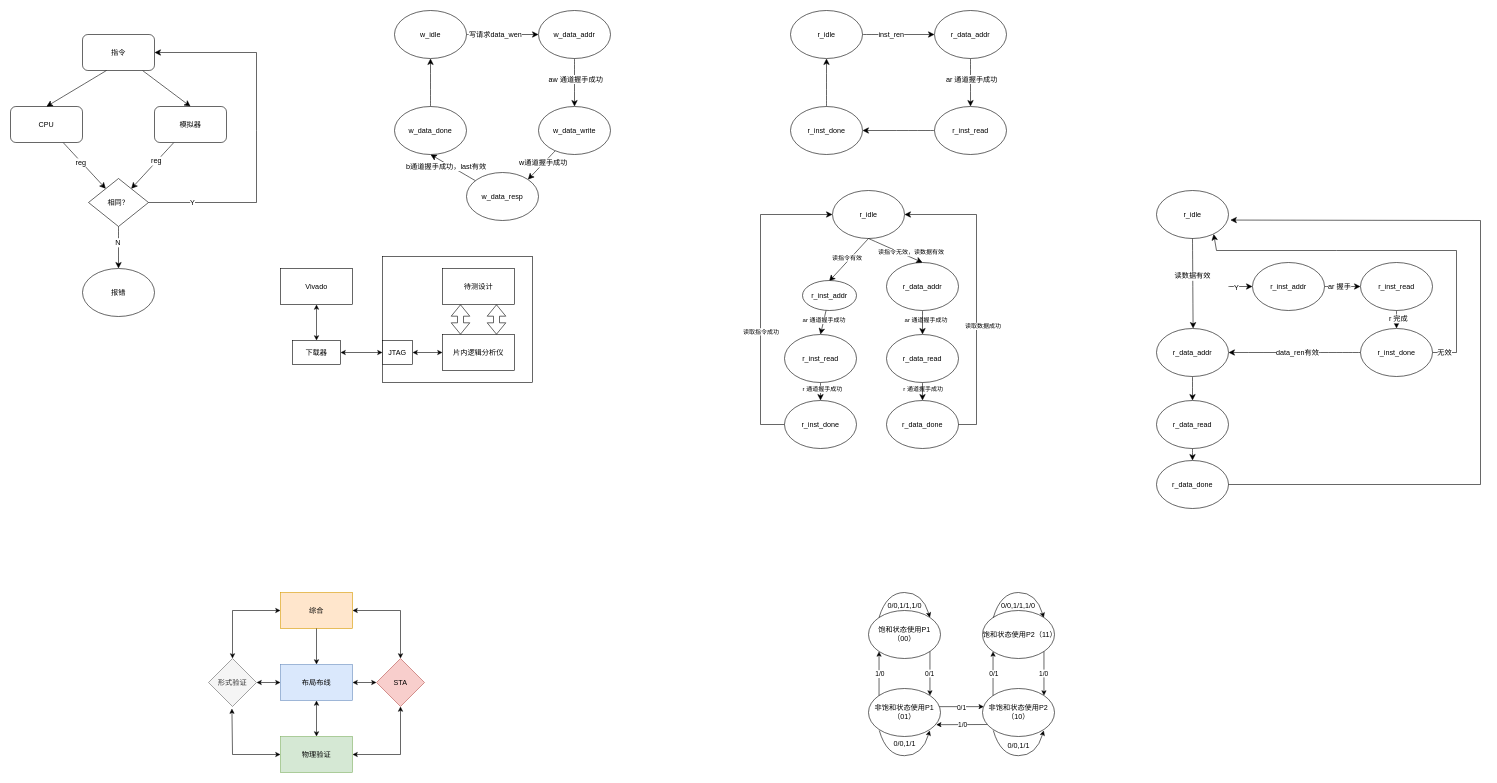
ZPNMiaoHeng/drawioFolder keeps this draw.io diagram as page "毕业论文" (8 of 8) of 五级流水.drawio. Above is the earlier version. Source tidied: cells renumbered, new cells numbered last; positions are measured from the earlier drawing's top-left corner, leaving out a move shared by most shapes. Both pictures are drawn from the tidied source at 60%, with x=0, y=0 at pixel (10, 10).
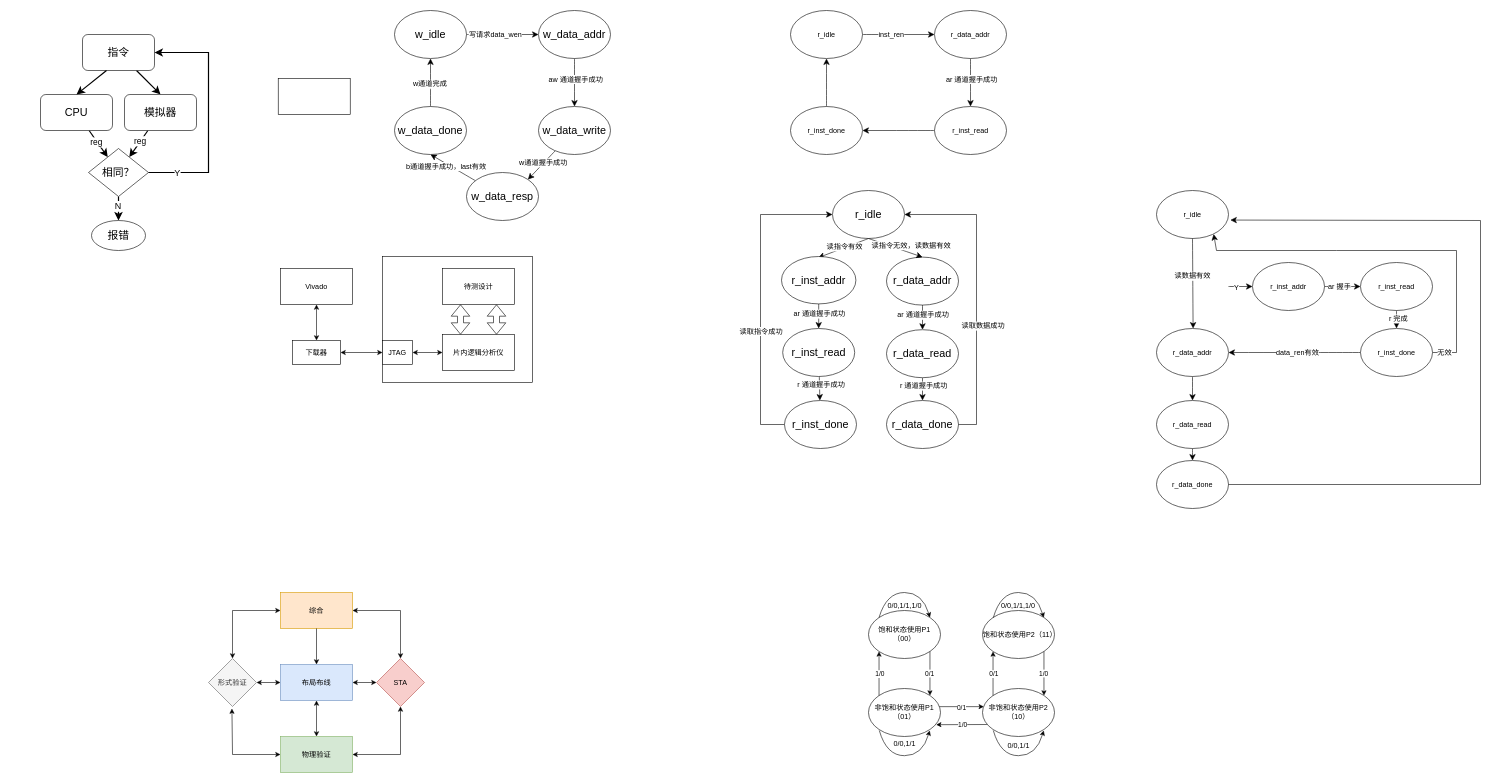
The same page after the edit.

Commit message:
更新五级流水.drawio

Unchanged cells that the change refers to:
```xml
<mxCell id="29" style="edgeStyle=none;curved=1;rounded=0;jettySize=auto;html=1;entryX=0.5;entryY=1;entryDx=0;entryDy=0;fontSize=12;startSize=8;endSize=8;" parent="1" edge="1" source="30" target="19">
  <mxGeometry relative="1" as="geometry" />
</mxCell>
<mxCell id="42" style="edgeStyle=none;curved=1;rounded=0;jettySize=auto;html=1;entryX=0.493;entryY=0.025;entryDx=0;entryDy=0;fontSize=12;startSize=8;endSize=8;exitX=0.5;exitY=1;exitDx=0;exitDy=0;entryPerimeter=0;" parent="1" edge="1" source="41" target="47">
  <mxGeometry relative="1" as="geometry" />
</mxCell>
<mxCell id="44" style="edgeStyle=none;curved=1;rounded=0;jettySize=auto;html=1;entryX=0.5;entryY=0;entryDx=0;entryDy=0;fontSize=12;startSize=8;endSize=8;" parent="1" edge="1" source="47" target="51">
  <mxGeometry relative="1" as="geometry" />
</mxCell>
<mxCell id="48" style="edgeStyle=none;curved=1;rounded=0;jettySize=auto;html=1;fontSize=12;startSize=8;endSize=8;" parent="1" edge="1" source="51" target="54">
  <mxGeometry relative="1" as="geometry" />
</mxCell>
<mxCell id="52" style="edgeStyle=none;curved=0;rounded=0;jettySize=auto;html=1;fontSize=12;startSize=8;endSize=8;entryX=0;entryY=0.5;entryDx=0;entryDy=0;" parent="1" edge="1" source="54" target="41">
  <mxGeometry relative="1" as="geometry">
    <Array as="points">
      <mxPoint x="1250" y="690" />
      <mxPoint x="1250" y="340" />
    </Array>
  </mxGeometry>
</mxCell>
<mxCell id="55" style="edgeStyle=none;curved=1;rounded=0;jettySize=auto;html=1;entryX=0.5;entryY=0;entryDx=0;entryDy=0;fontSize=12;startSize=8;endSize=8;" parent="1" edge="1" source="56" target="58">
  <mxGeometry relative="1" as="geometry" />
</mxCell>
<mxCell id="57" style="edgeStyle=none;curved=1;rounded=0;jettySize=auto;html=1;fontSize=12;startSize=8;endSize=8;" parent="1" edge="1" source="58" target="59">
  <mxGeometry relative="1" as="geometry" />
</mxCell>
<mxCell id="117" style="edgeStyle=none;curved=1;rounded=0;jettySize=auto;html=1;entryX=0.5;entryY=0;entryDx=0;entryDy=0;fontSize=12;startSize=8;endSize=8;exitX=0.5;exitY=1;exitDx=0;exitDy=0;" parent="1" edge="1" source="41" target="56">
  <mxGeometry relative="1" as="geometry" />
</mxCell>
<mxCell id="119" style="edgeStyle=none;curved=0;rounded=0;jettySize=auto;html=1;fontSize=12;startSize=8;endSize=8;entryX=1;entryY=0.5;entryDx=0;entryDy=0;exitX=1;exitY=0.5;exitDx=0;exitDy=0;" parent="1" edge="1" source="59" target="41">
  <mxGeometry relative="1" as="geometry">
    <Array as="points">
      <mxPoint x="1610" y="690" />
      <mxPoint x="1610" y="340" />
    </Array>
  </mxGeometry>
</mxCell>
```

What changed in the source:
```diff
@@
-    <mxCell id="2" style="edgeStyle=none;curved=1;rounded=0;jettySize=auto;html=1;entryX=0.5;entryY=0;entryDx=0;entryDy=0;fontSize=12;startSize=8;endSize=8;" parent="1" edge="1" source="3" target="9">
+    <mxCell id="2" style="edgeStyle=none;curved=1;rounded=0;jettySize=auto;html=1;entryX=0.5;entryY=0;entryDx=0;entryDy=0;fontSize=12;startSize=8;endSize=8;strokeWidth=2;" parent="1" edge="1" source="3" target="9">
       <mxGeometry relative="1" as="geometry" />
     </mxCell>
-    <mxCell id="3" value="指令" style="rounded=1;whiteSpace=wrap;html=1;" parent="1" vertex="1">
+    <mxCell id="3" value="&lt;font style=&quot;font-size: 18px;&quot;&gt;指令&lt;/font&gt;" style="rounded=1;whiteSpace=wrap;html=1;" parent="1" vertex="1">
       <mxGeometry x="120" y="40" width="120" height="60" as="geometry" />
     </mxCell>
-    <mxCell id="4" style="edgeStyle=none;curved=1;rounded=0;jettySize=auto;html=1;fontSize=12;startSize=8;endSize=8;" parent="1" edge="1" source="6" target="13">
+    <mxCell id="4" style="edgeStyle=none;curved=1;rounded=0;jettySize=auto;html=1;fontSize=12;startSize=8;endSize=8;strokeWidth=2;" parent="1" edge="1" source="6" target="13">
       <mxGeometry relative="1" as="geometry" />
     </mxCell>
-    <mxCell id="5" value="reg" style="edgeLabel;html=1;align=center;verticalAlign=middle;fontSize=12;" parent="4" vertex="1">
+    <mxCell id="5" value="&lt;font style=&quot;font-size: 14px;&quot;&gt;reg&lt;/font&gt;" style="edgeLabel;html=1;align=center;verticalAlign=middle;fontSize=12;" parent="4" vertex="1">
       <mxGeometry x="-0.16" y="-2" relative="1" as="geometry" />
     </mxCell>
-    <mxCell id="6" value="CPU" style="rounded=1;whiteSpace=wrap;html=1;" parent="1" vertex="1">
-      <mxGeometry y="160" width="120" height="60" as="geometry" />
+    <mxCell id="6" value="&lt;font style=&quot;font-size: 18px;&quot;&gt;CPU&lt;/font&gt;" style="rounded=1;whiteSpace=wrap;html=1;" parent="1" vertex="1">
+      <mxGeometry x="50" y="140" width="120" height="60" as="geometry" />
     </mxCell>
-    <mxCell id="7" style="edgeStyle=none;curved=1;rounded=0;jettySize=auto;html=1;fontSize=12;startSize=8;endSize=8;" parent="1" edge="1" source="9" target="13">
+    <mxCell id="7" style="edgeStyle=none;curved=1;rounded=0;jettySize=auto;html=1;fontSize=12;startSize=8;endSize=8;strokeWidth=2;" parent="1" edge="1" source="9" target="13">
       <mxGeometry relative="1" as="geometry" />
     </mxCell>
-    <mxCell id="8" value="reg" style="edgeLabel;html=1;align=center;verticalAlign=middle;fontSize=12;" parent="7" vertex="1">
+    <mxCell id="8" value="&lt;font style=&quot;font-size: 14px;&quot;&gt;reg&lt;/font&gt;" style="edgeLabel;html=1;align=center;verticalAlign=middle;fontSize=12;" parent="7" vertex="1">
       <mxGeometry x="-0.18" y="-1" relative="1" as="geometry" />
     </mxCell>
-    <mxCell id="9" value="模拟器" style="rounded=1;whiteSpace=wrap;html=1;" parent="1" vertex="1">
-      <mxGeometry x="240" y="160" width="120" height="60" as="geometry" />
+    <mxCell id="9" value="&lt;font style=&quot;font-size: 18px;&quot;&gt;模拟器&lt;/font&gt;" style="rounded=1;whiteSpace=wrap;html=1;" parent="1" vertex="1">
+      <mxGeometry x="190" y="140" width="120" height="60" as="geometry" />
     </mxCell>
-    <mxCell id="10" value="报错" style="ellipse;whiteSpace=wrap;html=1;" parent="1" vertex="1">
-      <mxGeometry x="120" y="430" width="120" height="80" as="geometry" />
+    <mxCell id="10" value="&lt;font style=&quot;font-size: 18px;&quot;&gt;报错&lt;/font&gt;" style="ellipse;whiteSpace=wrap;html=1;" parent="1" vertex="1">
+      <mxGeometry x="135" y="350" width="90" height="50" as="geometry" />
     </mxCell>
-    <mxCell id="11" style="edgeStyle=none;curved=1;rounded=0;jettySize=auto;html=1;entryX=0.5;entryY=0;entryDx=0;entryDy=0;fontSize=12;startSize=8;endSize=8;" parent="1" edge="1" source="13" target="10">
+    <mxCell id="11" style="edgeStyle=none;curved=1;rounded=0;jettySize=auto;html=1;entryX=0.5;entryY=0;entryDx=0;entryDy=0;fontSize=12;startSize=8;endSize=8;strokeWidth=2;" parent="1" edge="1" source="13" target="10">
       <mxGeometry relative="1" as="geometry" />
     </mxCell>
-    <mxCell id="12" value="N" style="edgeLabel;html=1;align=center;verticalAlign=middle;fontSize=12;" parent="11" vertex="1">
+    <mxCell id="12" value="&lt;font style=&quot;font-size: 15px;&quot;&gt;N&lt;/font&gt;" style="edgeLabel;html=1;align=center;verticalAlign=middle;fontSize=12;" parent="11" vertex="1">
       <mxGeometry x="-0.26" y="-2" relative="1" as="geometry" />
     </mxCell>
-    <mxCell id="13" value="相同？" style="rhombus;whiteSpace=wrap;html=1;" parent="1" vertex="1">
-      <mxGeometry x="130" y="280" width="100" height="80" as="geometry" />
+    <mxCell id="13" value="&lt;font style=&quot;font-size: 18px;&quot;&gt;相同？&lt;/font&gt;" style="rhombus;whiteSpace=wrap;html=1;" parent="1" vertex="1">
+      <mxGeometry x="130" y="230" width="100" height="80" as="geometry" />
     </mxCell>
-    <mxCell id="14" style="endArrow=classic;html=1;rounded=0;fontSize=12;startSize=8;endSize=8;curved=1;entryX=0.5;entryY=0;entryDx=0;entryDy=0;" parent="1" edge="1" target="6">
+    <mxCell id="14" style="endArrow=classic;html=1;rounded=0;fontSize=12;startSize=8;endSize=8;curved=1;entryX=0.5;entryY=0;entryDx=0;entryDy=0;strokeWidth=2;" parent="1" edge="1" target="6">
       <mxGeometry relative="1" as="geometry">
         <mxPoint x="160" y="100" as="sourcePoint" />
       </mxGeometry>
     </mxCell>
-    <mxCell id="15" style="endArrow=classic;html=1;rounded=0;fontSize=12;startSize=8;endSize=8;curved=0;entryX=1;entryY=0.5;entryDx=0;entryDy=0;" parent="1" edge="1" target="3">
+    <mxCell id="15" style="endArrow=classic;html=1;rounded=0;fontSize=12;startSize=8;endSize=8;curved=0;entryX=1;entryY=0.5;entryDx=0;entryDy=0;exitX=1;exitY=0.5;exitDx=0;exitDy=0;strokeWidth=2;" parent="1" edge="1" source="13" target="3">
       <mxGeometry relative="1" as="geometry">
-        <mxPoint x="230" y="320" as="sourcePoint" />
         <Array as="points">
-          <mxPoint x="410" y="320" />
-          <mxPoint x="410" y="200" />
-          <mxPoint x="410" y="70" />
+          <mxPoint x="330" y="270" />
+          <mxPoint x="330" y="200" />
+          <mxPoint x="330" y="70" />
         </Array>
       </mxGeometry>
     </mxCell>
-    <mxCell id="16" value="Y" style="edgeLabel;html=1;align=center;verticalAlign=middle;fontSize=12;" parent="15" vertex="1">
+    <mxCell id="16" value="&lt;font style=&quot;font-size: 15px;&quot;&gt;Y&lt;/font&gt;" style="edgeLabel;html=1;align=center;verticalAlign=middle;fontSize=12;" parent="15" vertex="1">
       <mxGeometry x="-0.76" y="1" relative="1" as="geometry" />
     </mxCell>
@@
-    <mxCell id="19" value="w_idle" style="ellipse;whiteSpace=wrap;html=1;" parent="1" vertex="1">
+    <mxCell id="19" value="&lt;font style=&quot;font-size: 18px;&quot;&gt;w_idle&lt;/font&gt;" style="ellipse;whiteSpace=wrap;html=1;" parent="1" vertex="1">
       <mxGeometry x="640" width="120" height="80" as="geometry" />
     </mxCell>
@@
-    <mxCell id="22" value="w_data_addr" style="ellipse;whiteSpace=wrap;html=1;" parent="1" vertex="1">
+    <mxCell id="22" value="&lt;font style=&quot;font-size: 18px;&quot;&gt;w_data_addr&lt;/font&gt;" style="ellipse;whiteSpace=wrap;html=1;" parent="1" vertex="1">
       <mxGeometry x="880" width="120" height="80" as="geometry" />
     </mxCell>
@@
-    <mxCell id="25" value="w_data_write" style="ellipse;whiteSpace=wrap;html=1;" parent="1" vertex="1">
+    <mxCell id="25" value="&lt;font style=&quot;font-size: 18px;&quot;&gt;w_data_write&lt;/font&gt;" style="ellipse;whiteSpace=wrap;html=1;" parent="1" vertex="1">
       <mxGeometry x="880" y="160" width="120" height="80" as="geometry" />
     </mxCell>
@@
-    <mxCell id="28" value="w_data_resp" style="ellipse;whiteSpace=wrap;html=1;" parent="1" vertex="1">
+    <mxCell id="28" value="&lt;font style=&quot;font-size: 18px;&quot;&gt;w_data_resp&lt;/font&gt;" style="ellipse;whiteSpace=wrap;html=1;" parent="1" vertex="1">
       <mxGeometry x="760" y="270" width="120" height="80" as="geometry" />
     </mxCell>
@@
+    <mxCell id="134" value="w通道完成" style="edgeLabel;html=1;align=center;verticalAlign=middle;fontSize=12;" parent="29" vertex="1">
+      <mxGeometry x="-0.06" y="2" relative="1" as="geometry" />
+    </mxCell>
-    <mxCell id="30" value="w_data_done" style="ellipse;whiteSpace=wrap;html=1;" parent="1" vertex="1">
+    <mxCell id="30" value="&lt;font style=&quot;font-size: 18px;&quot;&gt;w_data_done&lt;/font&gt;" style="ellipse;whiteSpace=wrap;html=1;" parent="1" vertex="1">
       <mxGeometry x="640" y="160" width="120" height="80" as="geometry" />
     </mxCell>
@@
-    <mxCell id="41" value="r&lt;span style=&quot;background-color: initial;&quot;&gt;_idle&lt;/span&gt;" style="ellipse;whiteSpace=wrap;html=1;" parent="1" vertex="1">
+    <mxCell id="41" value="&lt;font style=&quot;font-size: 18px;&quot;&gt;r&lt;span style=&quot;background-color: initial;&quot;&gt;_idle&lt;/span&gt;&lt;/font&gt;" style="ellipse;whiteSpace=wrap;html=1;" parent="1" vertex="1">
       <mxGeometry x="1370" y="300" width="120" height="80" as="geometry" />
     </mxCell>
@@
-    <mxCell id="43" value="读指令有效" style="edgeLabel;html=1;align=center;verticalAlign=middle;fontSize=10;" parent="42" vertex="1">
+    <mxCell id="43" value="&lt;font style=&quot;font-size: 12px;&quot;&gt;读指令有效&lt;/font&gt;" style="edgeLabel;html=1;align=center;verticalAlign=middle;fontSize=10;" parent="42" vertex="1">
       <mxGeometry x="-0.39" y="-2" relative="1" as="geometry">
-        <mxPoint x="-15" y="11" as="offset" />
+        <mxPoint x="-15" y="6" as="offset" />
       </mxGeometry>
     </mxCell>
@@
-    <mxCell id="45" value="ar 通道握手成功" style="edgeLabel;html=1;align=center;verticalAlign=middle;fontSize=10;" parent="44" vertex="1">
+    <mxCell id="45" value="&lt;font style=&quot;font-size: 12px;&quot;&gt;ar 通道握手成功&lt;/font&gt;" style="edgeLabel;html=1;align=center;verticalAlign=middle;fontSize=10;" parent="44" vertex="1">
       <mxGeometry x="-0.21" relative="1" as="geometry" />
     </mxCell>
-    <mxCell id="46" value="ar 通道握手成功" style="edgeLabel;html=1;align=center;verticalAlign=middle;fontSize=10;" parent="44" vertex="1">
-      <mxGeometry x="-0.21" relative="1" as="geometry">
-        <mxPoint x="170" y="-1" as="offset" />
-      </mxGeometry>
-    </mxCell>
-    <mxCell id="47" value="r_inst_addr" style="ellipse;whiteSpace=wrap;html=1;" parent="1" vertex="1">
-      <mxGeometry x="1320" y="450" width="90" height="50" as="geometry" />
+    <mxCell id="47" value="&lt;font style=&quot;font-size: 18px;&quot;&gt;r_inst_addr&lt;/font&gt;" style="ellipse;whiteSpace=wrap;html=1;" parent="1" vertex="1">
+      <mxGeometry x="1285" y="410" width="124" height="79" as="geometry" />
     </mxCell>
@@
-    <mxCell id="49" value="r 通道握手成功" style="edgeLabel;html=1;align=center;verticalAlign=middle;fontSize=10;" parent="48" vertex="1">
+    <mxCell id="49" value="r 通道握手成功" style="edgeLabel;html=1;align=center;verticalAlign=middle;fontSize=12;" parent="48" vertex="1">
       <mxGeometry x="-0.16" y="2" relative="1" as="geometry">
         <mxPoint y="-3" as="offset" />
       </mxGeometry>
     </mxCell>
-    <mxCell id="50" value="r 通道握手成功" style="edgeLabel;html=1;align=center;verticalAlign=middle;fontSize=10;" parent="48" vertex="1">
-      <mxGeometry x="-0.16" y="2" relative="1" as="geometry">
-        <mxPoint x="168" y="-3" as="offset" />
-      </mxGeometry>
-    </mxCell>
-    <mxCell id="51" value="r_inst_read" style="ellipse;whiteSpace=wrap;html=1;" parent="1" vertex="1">
-      <mxGeometry x="1290" y="540" width="120" height="80" as="geometry" />
+    <mxCell id="51" value="&lt;font style=&quot;font-size: 18px;&quot;&gt;r_inst_read&lt;/font&gt;" style="ellipse;whiteSpace=wrap;html=1;" parent="1" vertex="1">
+      <mxGeometry x="1287" y="530" width="120" height="80" as="geometry" />
     </mxCell>
@@
-    <mxCell id="53" value="读取指令成功" style="edgeLabel;html=1;align=center;verticalAlign=middle;fontSize=10;" parent="52" vertex="1">
+    <mxCell id="53" value="读取指令成功" style="edgeLabel;html=1;align=center;verticalAlign=middle;fontSize=12;" parent="52" vertex="1">
       <mxGeometry x="-0.04" relative="1" as="geometry">
         <mxPoint y="49" as="offset" />
       </mxGeometry>
     </mxCell>
-    <mxCell id="54" value="r_inst_done" style="ellipse;whiteSpace=wrap;html=1;" parent="1" vertex="1">
+    <mxCell id="54" value="&lt;font style=&quot;font-size: 18px;&quot;&gt;r_inst_done&lt;/font&gt;" style="ellipse;whiteSpace=wrap;html=1;" parent="1" vertex="1">
       <mxGeometry x="1290" y="650" width="120" height="80" as="geometry" />
     </mxCell>
@@
+    <mxCell id="46" value="&lt;span style=&quot;font-size: 12px;&quot;&gt;ar 通道握手成功&lt;/span&gt;" style="edgeLabel;html=1;align=center;verticalAlign=middle;" parent="55" vertex="1">
+      <mxGeometry x="-0.41" y="1" relative="1" as="geometry">
+        <mxPoint x="-1" y="4" as="offset" />
+      </mxGeometry>
+    </mxCell>
-    <mxCell id="56" value="r_data_addr" style="ellipse;whiteSpace=wrap;html=1;" parent="1" vertex="1">
-      <mxGeometry x="1460" y="420" width="120" height="80" as="geometry" />
+    <mxCell id="56" value="&lt;font style=&quot;font-size: 18px;&quot;&gt;r_data_addr&lt;/font&gt;" style="ellipse;whiteSpace=wrap;html=1;" parent="1" vertex="1">
+      <mxGeometry x="1460" y="411" width="120" height="80" as="geometry" />
     </mxCell>
@@
+    <mxCell id="50" value="&lt;span style=&quot;font-size: 12px;&quot;&gt;r 通道握手成功&lt;/span&gt;" style="edgeLabel;html=1;align=center;verticalAlign=middle;" parent="57" vertex="1">
+      <mxGeometry x="-0.33" y="1" relative="1" as="geometry" />
+    </mxCell>
-    <mxCell id="58" value="r_data_read" style="ellipse;whiteSpace=wrap;html=1;" parent="1" vertex="1">
-      <mxGeometry x="1460" y="540" width="120" height="80" as="geometry" />
+    <mxCell id="58" value="&lt;font style=&quot;font-size: 18px;&quot;&gt;r_data_read&lt;/font&gt;" style="ellipse;whiteSpace=wrap;html=1;" parent="1" vertex="1">
+      <mxGeometry x="1460" y="532" width="120" height="80" as="geometry" />
     </mxCell>
-    <mxCell id="59" value="r_data_done" style="ellipse;whiteSpace=wrap;html=1;" parent="1" vertex="1">
+    <mxCell id="59" value="&lt;font style=&quot;font-size: 18px;&quot;&gt;r_data_done&lt;/font&gt;" style="ellipse;whiteSpace=wrap;html=1;" parent="1" vertex="1">
       <mxGeometry x="1460" y="650" width="120" height="80" as="geometry" />
     </mxCell>
@@
-    <mxCell id="118" value="读指令无效，读数据有效" style="edgeLabel;html=1;align=center;verticalAlign=middle;fontSize=10;" parent="117" vertex="1">
+    <mxCell id="118" value="&lt;font style=&quot;font-size: 12px;&quot;&gt;读指令无效，读数据有效&lt;/font&gt;" style="edgeLabel;html=1;align=center;verticalAlign=middle;fontSize=10;" parent="117" vertex="1">
       <mxGeometry x="-0.39" y="-2" relative="1" as="geometry">
-        <mxPoint x="44" y="8" as="offset" />
+        <mxPoint x="44" as="offset" />
       </mxGeometry>
     </mxCell>
@@
-    <mxCell id="120" value="读取数据成功" style="edgeLabel;html=1;align=center;verticalAlign=middle;fontSize=10;" parent="119" vertex="1">
+    <mxCell id="120" value="读取数据成功" style="edgeLabel;html=1;align=center;verticalAlign=middle;fontSize=12;" parent="119" vertex="1">
       <mxGeometry x="-0.04" relative="1" as="geometry">
         <mxPoint x="10" y="45" as="offset" />
       </mxGeometry>
     </mxCell>
@@
+    <mxCell id="135" style="whiteSpace=wrap;html=1;" parent="1" vertex="1">
+      <mxGeometry x="446.2" y="113.1" width="120" height="60" as="geometry" />
+    </mxCell>
```
